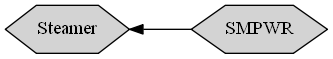
Before: projects/sm-pwr/network-0.gv.png, a diagram exported from Graphviz (dpploy/engy-4390). Its source is kept beside it as projects/sm-pwr/network-0.gv. Source of this version:
```dot
digraph "network-0" {
	graph [overlap=scale ranksep=2.0 splines=true]
	node [shape=hexagon style=filled]
	node [shape=hexagon]
	0 [label=SMPWR]
	1 [label=Steamer]
	0 -> 1
}
```
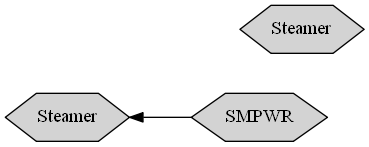
Above is the later version.

The edit, as a diff of the source:
```diff
@@ -4,5 +4,6 @@
 	node [shape=hexagon]
 	0 [label=SMPWR]
 	1 [label=Steamer]
-	0 -> 1
+	2 [label=Steamer]
+	0 -> 2
 }
```
